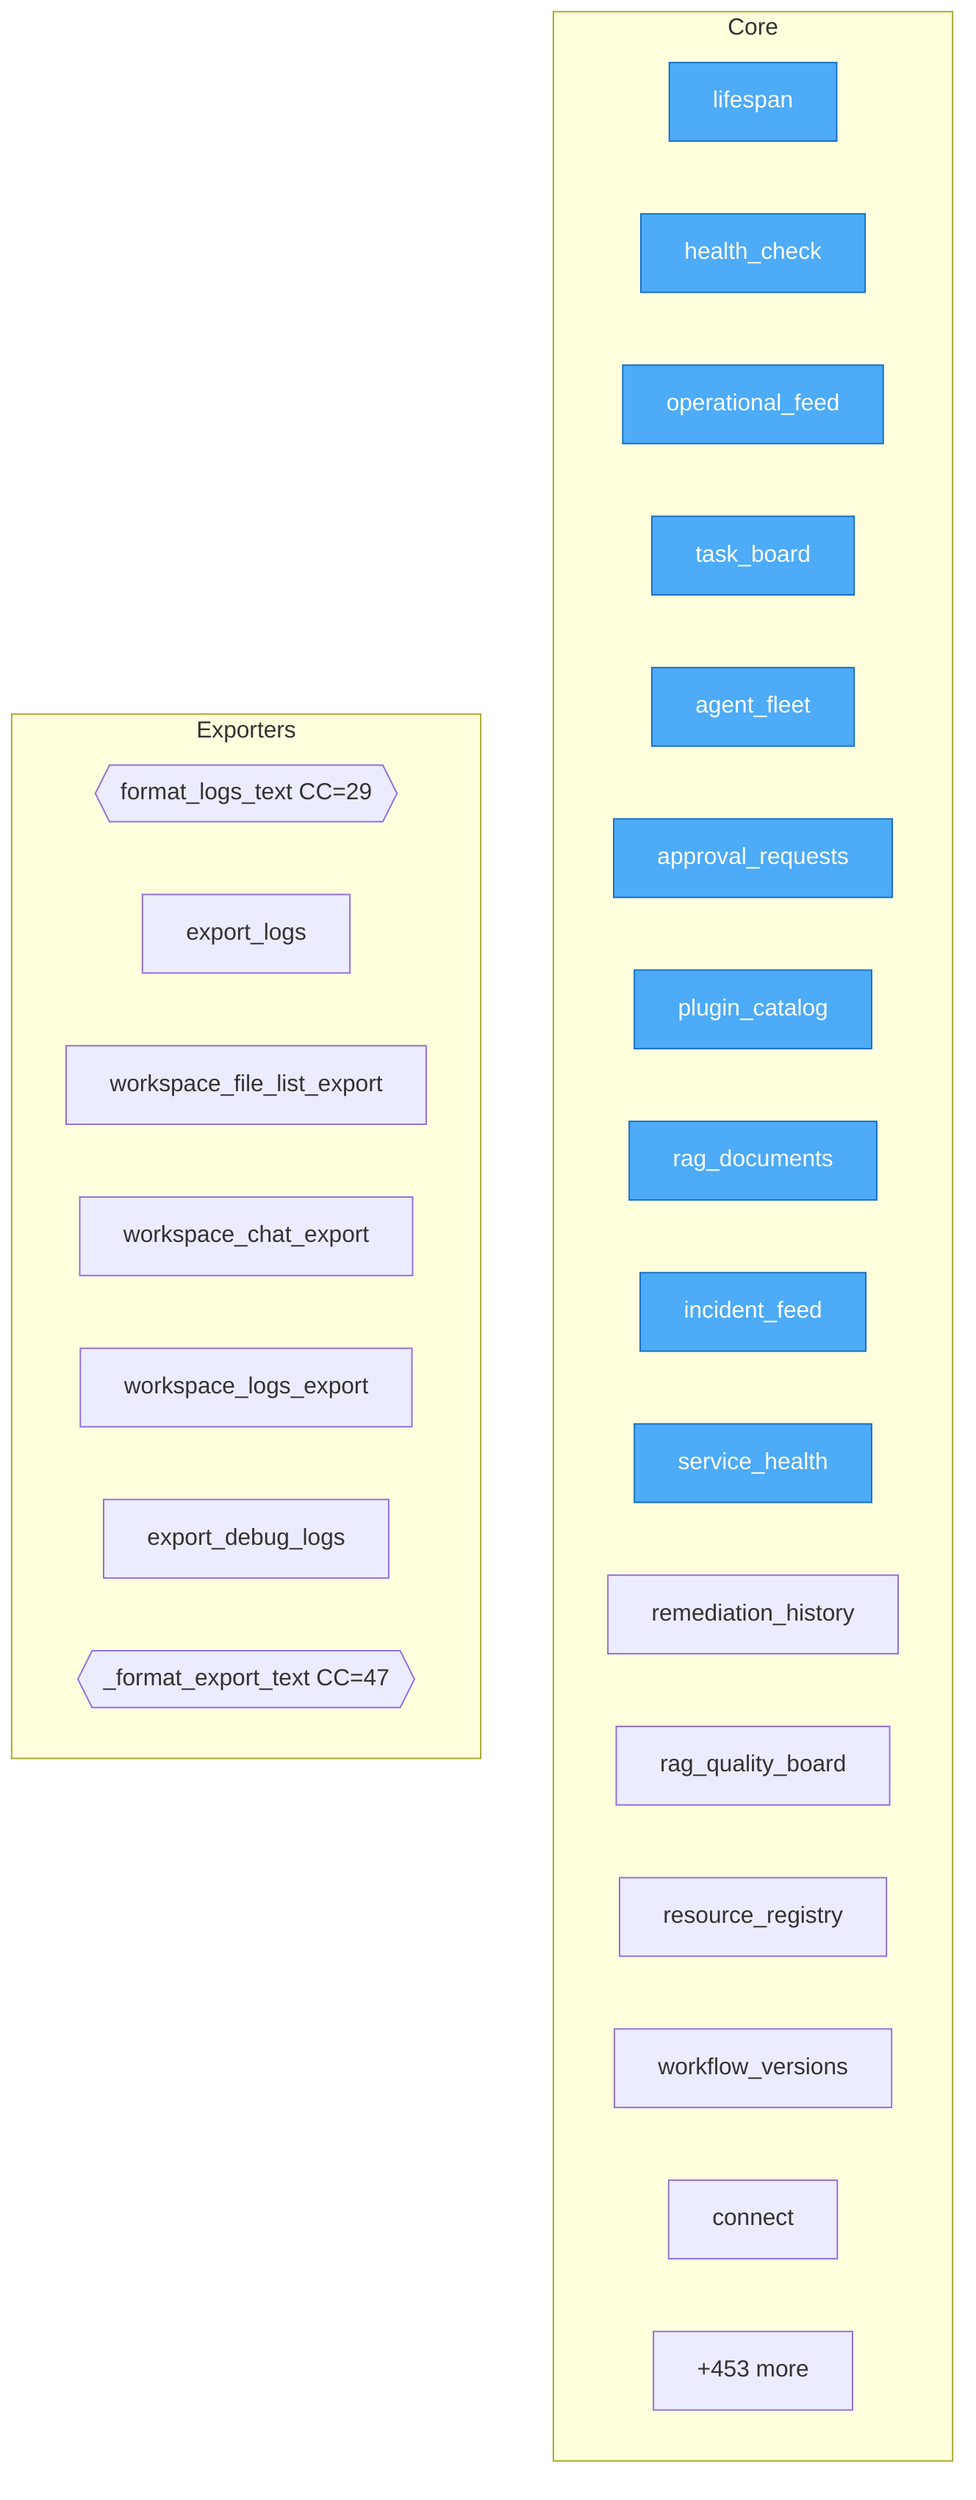
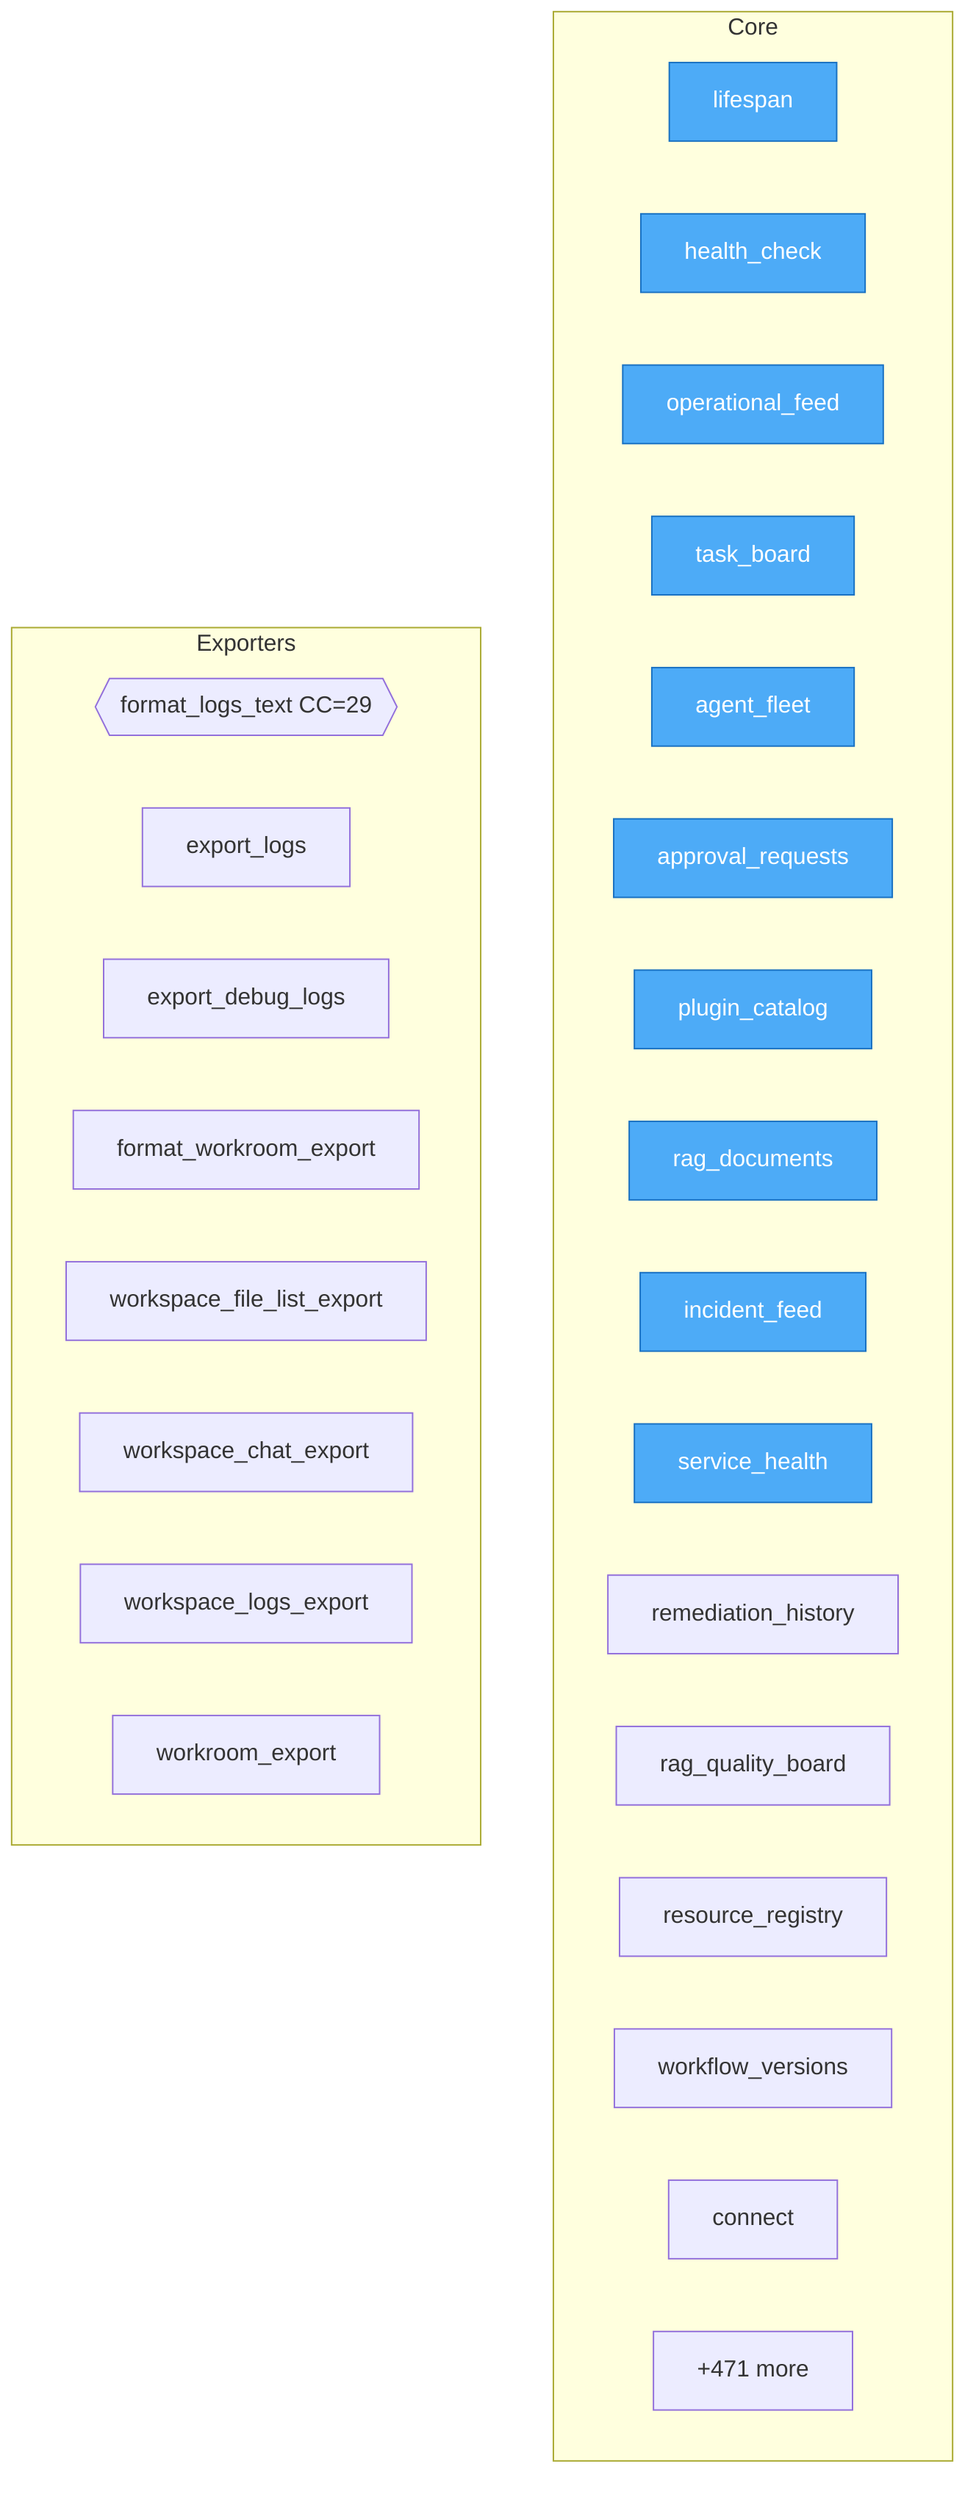
flowchart TD
%% generated in 0.02s

    %% Entry points (blue)
    classDef entry fill:#4dabf7,stroke:#1971c2,color:#fff

    subgraph Core
        services__projector__app__main__lifespan["lifespan"]
        services__projector__app__main__health_check["health_check"]
        services__projector__app__main__operational_feed["operational_feed"]
        services__projector__app__main__task_board["task_board"]
        services__projector__app__main__agent_fleet["agent_fleet"]
        services__projector__app__main__approval_requests["approval_requests"]
        services__projector__app__main__plugin_catalog["plugin_catalog"]
        services__projector__app__main__rag_documents["rag_documents"]
        services__projector__app__main__incident_feed["incident_feed"]
        services__projector__app__main__service_health["service_health"]
        services__projector__app__main__remediation_history["remediation_history"]
        services__projector__app__main__rag_quality_board["rag_quality_board"]
        services__projector__app__main__resource_registry["resource_registry"]
        services__projector__app__main__workflow_versions["workflow_versions"]
        services__projector__app__db__Database__connect["connect"]
-         ...["+453 more"]
+         ...["+471 more"]
    end

    subgraph Exporters
        services__orchestrator__app__observability__export__format_logs_text{{format_logs_text CC=29}}
        services__orchestrator__app__api__observability__export_logs["export_logs"]
-         services__web__app__api_routes__workspace_file_list_export["workspace_file_list_export"]
-         services__web__app__api_routes__workspace_chat_export["workspace_chat_export"]
-         services__web__app__api_routes__workspace_logs_export["workspace_logs_export"]
        services__web__app__workspace__export_debug_logs["export_debug_logs"]
-         services__web__app__workspace___format_export_text{{_format_export_text CC=47}}
+         services__web__app__agent_workroom__format_workroom_export["format_workroom_export"]
+         services__web__app__api__workspace_routes__workspace_file_list_export["workspace_file_list_export"]
+         services__web__app__api__workspace_routes__workspace_chat_export["workspace_chat_export"]
+         services__web__app__api__workspace_routes__workspace_logs_export["workspace_logs_export"]
+         services__web__app__api__workroom_routes__workroom_export["workroom_export"]
    end

    class services__projector__app__main__lifespan,services__projector__app__main__health_check,services__projector__app__main__operational_feed,services__projector__app__main__task_board,services__projector__app__main__agent_fleet,services__projector__app__main__approval_requests,services__projector__app__main__plugin_catalog,services__projector__app__main__rag_documents,services__projector__app__main__incident_feed,services__projector__app__main__service_health entry
